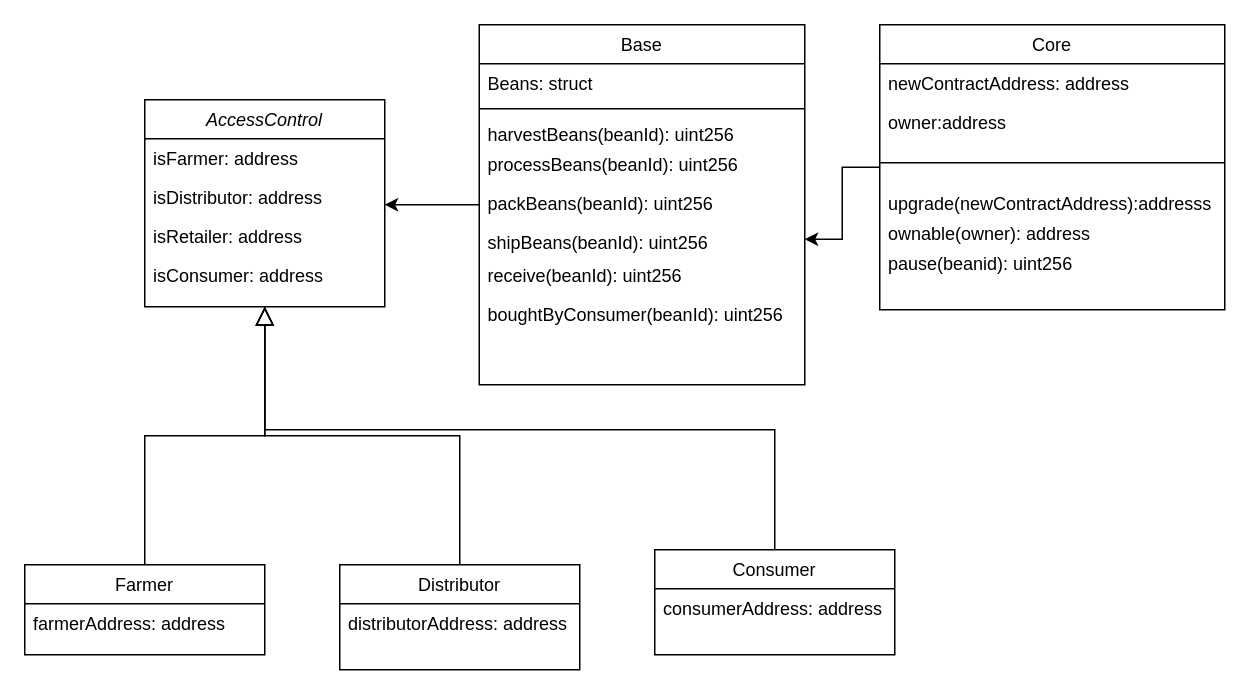
nathanrhoda/supply-chain-dapp keeps this draw.io diagram as uml/class-diagram.drawio. Above is the earlier version. Source tidied: cells renumbered, new cells numbered last; positions are measured from the earlier drawing's top-left corner, leaving out a move shared by most shapes. Both pictures are drawn from the tidied source at 150%, with x=0, y=0 at pixel (24, 24).
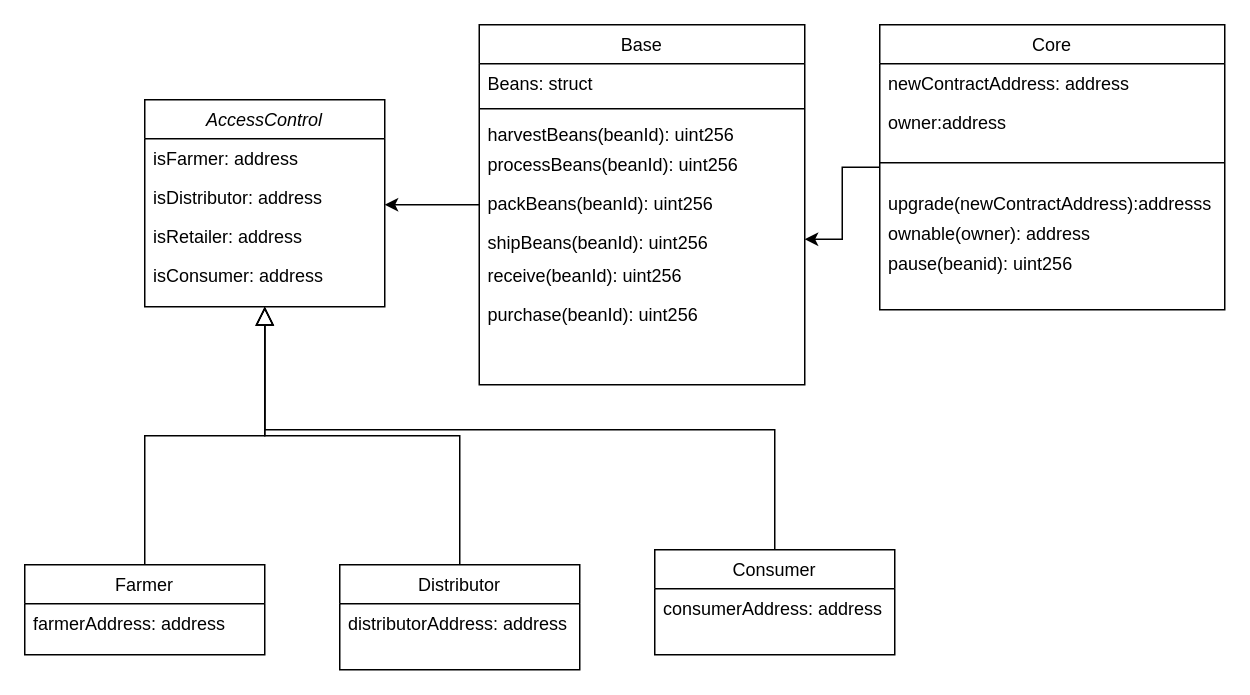
After the change.

The change refers to these unchanged cells:
```xml
<mxCell id="14" value="Base" style="swimlane;fontStyle=0;align=center;verticalAlign=top;horizontal=1;startSize=26;rounded=0;shadow=0;strokeWidth=1;" parent="1" vertex="1">
  <mxGeometry x="303" width="217" height="240" as="geometry" />
</mxCell>
```

Change to the diagram source:
```diff
@@
-    <mxCell id="22" value="boughtByConsumer(beanId): uint256" style="text;align=left;verticalAlign=top;spacingLeft=4;spacingRight=4;overflow=hidden;rounded=0;shadow=0;html=0;" parent="14" vertex="1">
+    <mxCell id="22" value="purchase(beanId): uint256" style="text;align=left;verticalAlign=top;spacingLeft=4;spacingRight=4;overflow=hidden;rounded=0;shadow=0;html=0;" parent="14" vertex="1">
       <mxGeometry y="180" width="217" height="26" as="geometry" />
     </mxCell>
```
